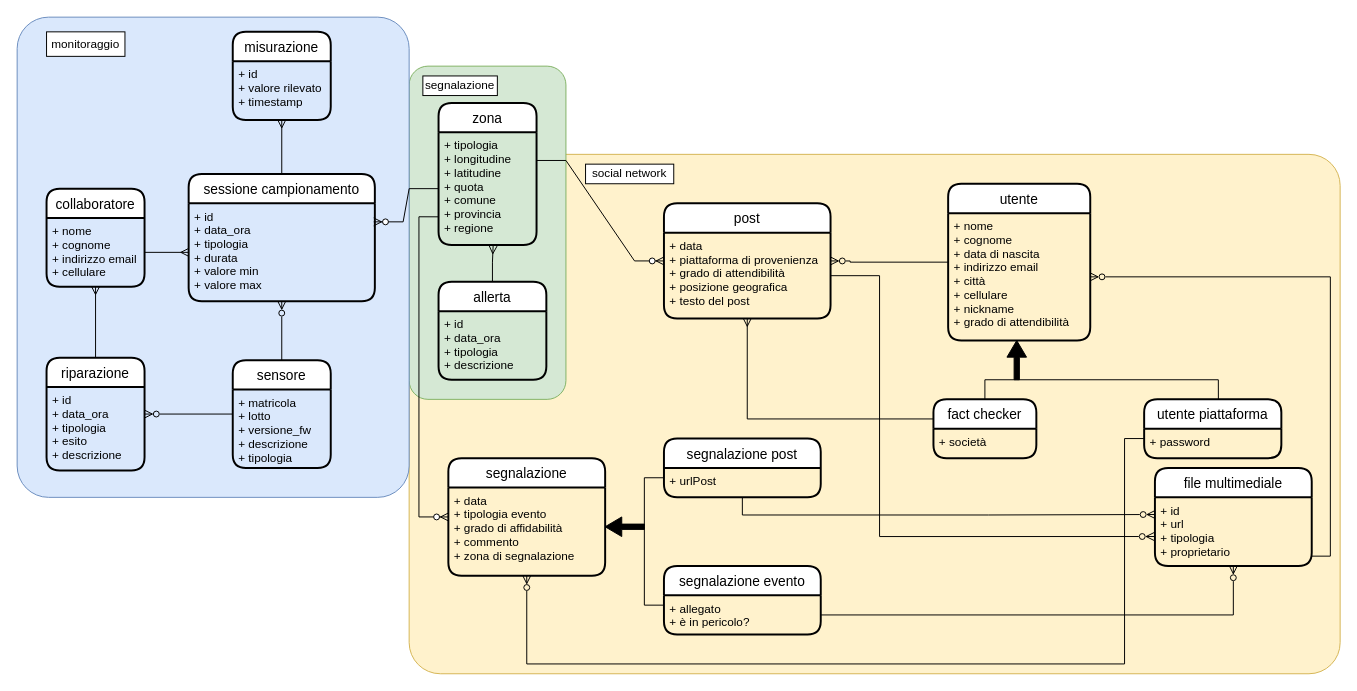
This is page "Brain Storming" (1 of 3) of diagramma-er.drawio from faffolao/ProgettoBD2022, a draw.io file, before an edit. Source tidied: cells renumbered, new cells numbered last; positions are measured from the earlier drawing's top-left corner, leaving out a move shared by most shapes. Both pictures are drawn from the tidied source at 98%, with x=0, y=0 at pixel (17, 17).
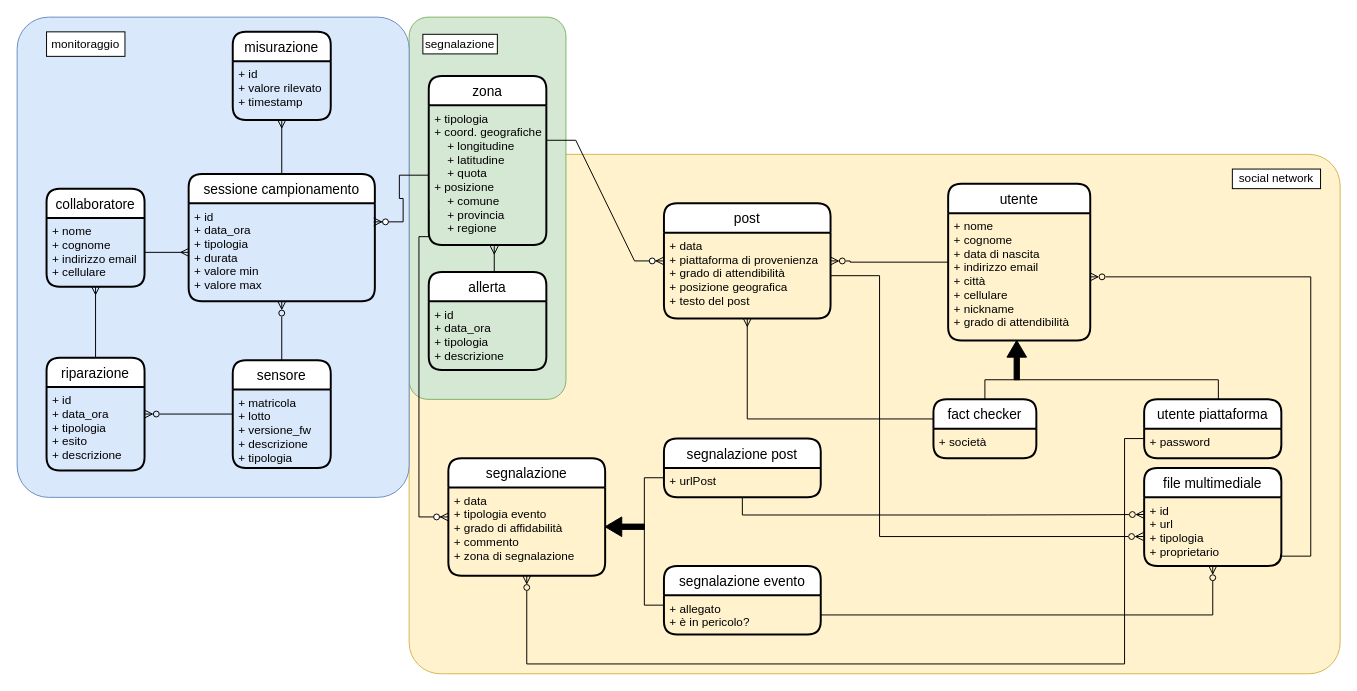
The same page after the edit.

Unchanged cells that the change refers to:
```xml
<mxCell id="21" value="segnalazione" style="swimlane;horizontal=1;startSize=30;rounded=1;fontSize=14;fontStyle=0;strokeWidth=2;shadow=0;dashed=0;align=center;" parent="1" vertex="1">
  <mxGeometry x="440" y="450" width="160" height="120" as="geometry" />
</mxCell>
<mxCell id="26" value="+ nome&#10;+ cognome&#10;+ data di nascita&#10;+ indirizzo email&#10;+ città&#10;+ cellulare&#10;+ nickname&#10;+ grado di attendibilità" style="align=left;strokeColor=none;fillColor=none;spacingLeft=4;fontSize=12;verticalAlign=top;" parent="25" vertex="1">
  <mxGeometry y="30" width="145" height="130" as="geometry" />
</mxCell>
```

Change to the diagram source:
```diff
@@
     <mxCell id="3" style="rounded=1;whiteSpace=wrap;html=1;fillColor=#d5e8d4;strokeColor=#82b366;arcSize=12;" parent="1" vertex="1">
-      <mxGeometry x="400" y="50" width="160" height="340" as="geometry" />
+      <mxGeometry x="400" width="160" height="390" as="geometry" />
     </mxCell>
@@
     <mxCell id="8" value="social network" style="rounded=0;whiteSpace=wrap;html=1;" parent="1" vertex="1">
-      <mxGeometry x="580" y="150" width="90" height="20" as="geometry" />
+      <mxGeometry x="1240" y="155" width="90" height="20" as="geometry" />
     </mxCell>
     <mxCell id="9" value="segnalazione" style="rounded=0;whiteSpace=wrap;html=1;" parent="1" vertex="1">
-      <mxGeometry x="414" y="60" width="76" height="20" as="geometry" />
+      <mxGeometry x="414" y="17.5" width="76" height="20" as="geometry" />
     </mxCell>
@@
     <mxCell id="15" value="zona" style="swimlane;horizontal=1;startSize=30;rounded=1;fontSize=14;fontStyle=0;strokeWidth=2;shadow=0;dashed=0;align=center;" parent="1" vertex="1">
-      <mxGeometry x="430" y="87.5" width="100" height="145" as="geometry" />
+      <mxGeometry x="420" y="60" width="120" height="172.5" as="geometry" />
     </mxCell>
-    <mxCell id="16" value="+ tipologia&#10;+ longitudine&#10;+ latitudine&#10;+ quota&#10;+ comune&#10;+ provincia&#10;+ regione" style="align=left;strokeColor=none;fillColor=none;spacingLeft=4;fontSize=12;verticalAlign=top;" parent="15" vertex="1">
-      <mxGeometry y="30" width="100" height="115" as="geometry" />
+    <mxCell id="16" value="+ tipologia&#10;+ coord. geografiche&#10;    + longitudine&#10;    + latitudine&#10;    + quota&#10;+ posizione&#10;    + comune&#10;    + provincia&#10;    + regione" style="align=left;strokeColor=none;fillColor=none;spacingLeft=4;fontSize=12;verticalAlign=top;" parent="15" vertex="1">
+      <mxGeometry y="30" width="120" height="142.5" as="geometry" />
     </mxCell>
@@
     <mxCell id="23" style="edgeStyle=orthogonalEdgeStyle;fontSize=12;html=1;endArrow=ERzeroToMany;endFill=1;shadow=0;exitX=0;exitY=0.75;exitDx=0;exitDy=0;entryX=0;entryY=0.5;entryDx=0;entryDy=0;rounded=0;" parent="1" edge="1" source="16" target="21">
       <mxGeometry relative="1" as="geometry">
         <Array as="points">
-          <mxPoint x="410" y="204" />
+          <mxPoint x="410" y="224" />
           <mxPoint x="410" y="510" />
         </Array>
       </mxGeometry>
     </mxCell>
@@
     <mxCell id="35" style="edgeStyle=orthogonalEdgeStyle;rounded=0;jettySize=auto;html=1;endArrow=ERzeroToMany;endFill=0;" parent="1" edge="1" source="36" target="26">
       <mxGeometry relative="1" as="geometry">
         <Array as="points">
-          <mxPoint x="1340" y="550" />
-          <mxPoint x="1340" y="265" />
+          <mxPoint x="1320" y="550" />
+          <mxPoint x="1320" y="265" />
         </Array>
       </mxGeometry>
     </mxCell>
     <mxCell id="36" value="file multimediale" style="swimlane;horizontal=1;startSize=30;rounded=1;fontSize=14;fontStyle=0;strokeWidth=2;shadow=0;dashed=0;align=center;" parent="1" vertex="1">
-      <mxGeometry x="1161" y="460" width="160" height="100" as="geometry" />
+      <mxGeometry x="1150" y="460" width="140" height="100" as="geometry" />
     </mxCell>
     <mxCell id="37" value="+ id&#10;+ url&#10;+ tipologia&#10;+ proprietario" style="align=left;strokeColor=none;fillColor=none;spacingLeft=4;fontSize=12;verticalAlign=top;" parent="36" vertex="1">
-      <mxGeometry y="30" width="160" height="70" as="geometry" />
+      <mxGeometry y="30" width="140" height="70" as="geometry" />
     </mxCell>
@@
     <mxCell id="50" style="edgeStyle=orthogonalEdgeStyle;rounded=0;jettySize=auto;html=1;entryX=0.557;entryY=1.008;entryDx=0;entryDy=0;entryPerimeter=0;endArrow=ERmany;endFill=0;" parent="1" edge="1" source="51" target="16">
-      <mxGeometry relative="1" as="geometry" />
+      <mxGeometry relative="1" as="geometry">
+        <Array as="points">
+          <mxPoint x="497" y="270" />
+          <mxPoint x="497" y="270" />
+        </Array>
+      </mxGeometry>
     </mxCell>
     <mxCell id="51" value="allerta" style="swimlane;horizontal=1;startSize=30;rounded=1;fontSize=14;fontStyle=0;strokeWidth=2;shadow=0;dashed=0;align=center;" parent="1" vertex="1">
-      <mxGeometry x="430" y="270" width="110" height="100" as="geometry" />
+      <mxGeometry x="420" y="260" width="120" height="100" as="geometry" />
     </mxCell>
     <mxCell id="52" value="+ id&#10;+ data_ora&#10;+ tipologia&#10;+ descrizione" style="align=left;strokeColor=none;fillColor=none;spacingLeft=4;fontSize=12;verticalAlign=top;" parent="51" vertex="1">
-      <mxGeometry y="30" width="110" height="70" as="geometry" />
+      <mxGeometry y="30" width="120" height="70" as="geometry" />
     </mxCell>
```
